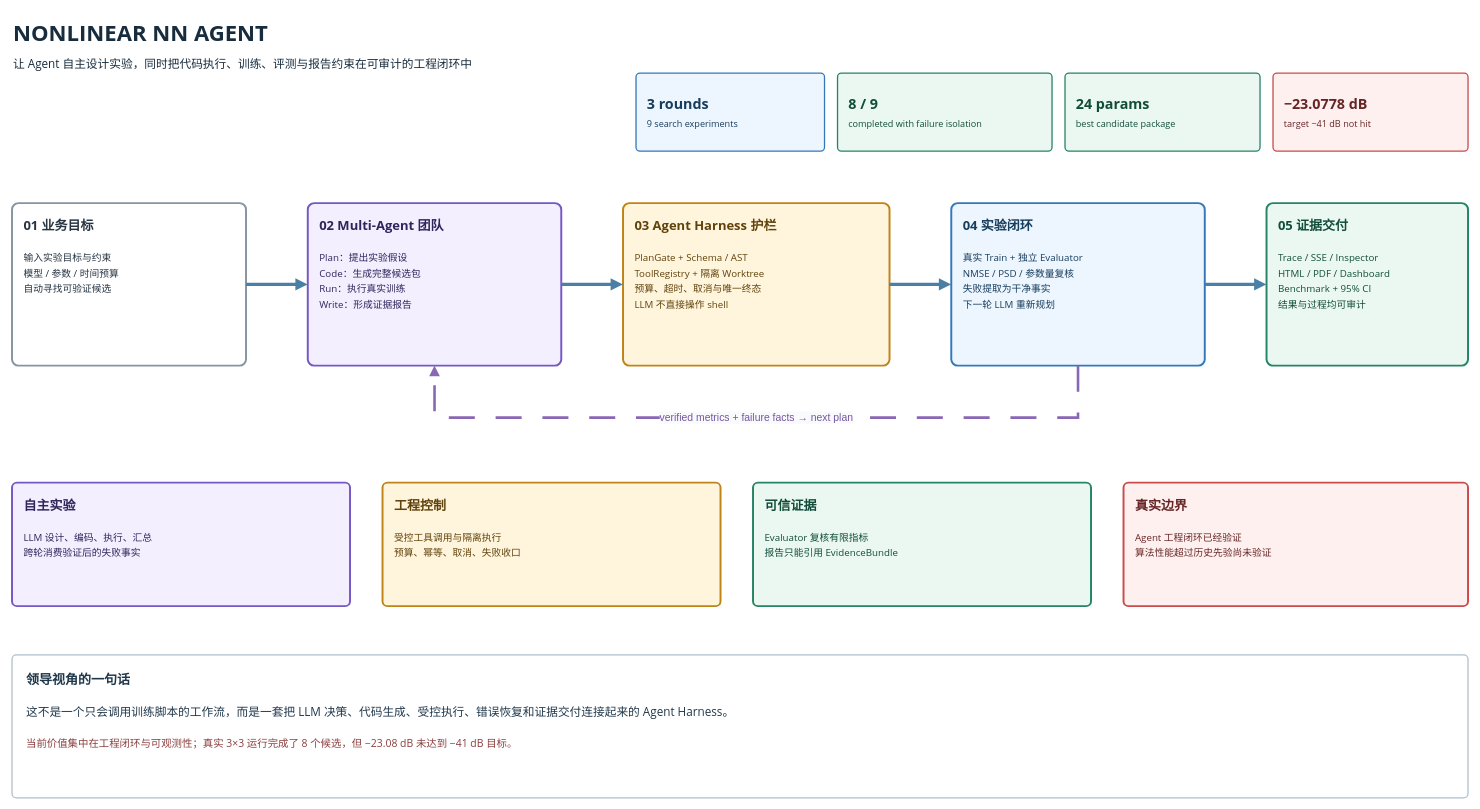
This is docs/assets/architecture/nonlinear-agent-executive.drawio from yzy-151/nonlinear-nn-agent, a draw.io file, before an edit. Source tidied: cells renumbered, new cells numbered last; positions are measured from the earlier drawing's top-left corner, leaving out a move shared by most shapes. Both pictures are drawn from the tidied source at 65%, with x=0, y=0 at pixel (12, 11).
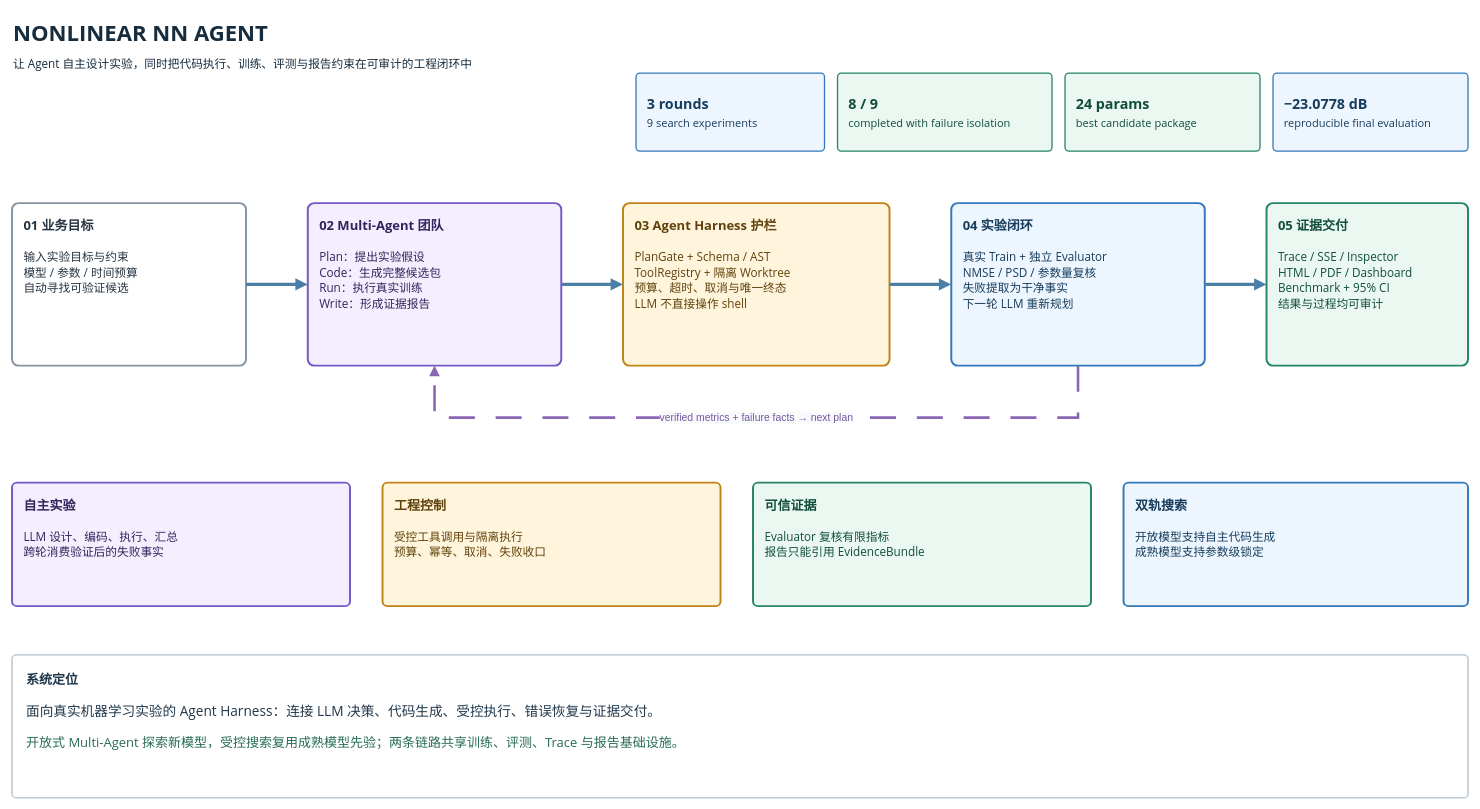
The same page after the edit.

The edit, as a diff of the source:
```diff
@@
-    <mxCell id="3" value="&lt;b&gt;3 rounds&lt;/b&gt;&lt;br&gt;&lt;font style='font-size:14px'&gt;9 search experiments&lt;/font&gt;" style="rounded=1;arcSize=5;whiteSpace=wrap;html=1;fillColor=#EDF6FF;strokeColor=#3478B9;strokeWidth=2;fontColor=#173D5C;fontFamily=Segoe UI;fontSize=22;align=left;spacingLeft=15;" parent="1" vertex="1">
+    <mxCell id="3" value="&lt;b&gt;3 rounds&lt;/b&gt;&lt;br&gt;&lt;font style='font-size:17px'&gt;9 search experiments&lt;/font&gt;" style="rounded=1;arcSize=5;whiteSpace=wrap;html=1;fillColor=#EDF6FF;strokeColor=#3478B9;strokeWidth=2;fontColor=#173D5C;fontFamily=Segoe UI;fontSize=22;align=left;spacingLeft=15;" parent="1" vertex="1">
       <mxGeometry x="960" y="95" width="290" height="120" as="geometry" />
     </mxCell>
-    <mxCell id="4" value="&lt;b&gt;8 / 9&lt;/b&gt;&lt;br&gt;&lt;font style='font-size:14px'&gt;completed with failure isolation&lt;/font&gt;" style="rounded=1;arcSize=5;whiteSpace=wrap;html=1;fillColor=#EAF8F1;strokeColor=#258466;strokeWidth=2;fontColor=#124D3B;fontFamily=Segoe UI;fontSize=22;align=left;spacingLeft=15;" parent="1" vertex="1">
+    <mxCell id="4" value="&lt;b&gt;8 / 9&lt;/b&gt;&lt;br&gt;&lt;font style='font-size:17px'&gt;completed with failure isolation&lt;/font&gt;" style="rounded=1;arcSize=5;whiteSpace=wrap;html=1;fillColor=#EAF8F1;strokeColor=#258466;strokeWidth=2;fontColor=#124D3B;fontFamily=Segoe UI;fontSize=22;align=left;spacingLeft=15;" parent="1" vertex="1">
       <mxGeometry x="1270" y="95" width="330" height="120" as="geometry" />
     </mxCell>
-    <mxCell id="5" value="&lt;b&gt;24 params&lt;/b&gt;&lt;br&gt;&lt;font style='font-size:14px'&gt;best candidate package&lt;/font&gt;" style="rounded=1;arcSize=5;whiteSpace=wrap;html=1;fillColor=#EAF8F1;strokeColor=#258466;strokeWidth=2;fontColor=#124D3B;fontFamily=Segoe UI;fontSize=22;align=left;spacingLeft=15;" parent="1" vertex="1">
+    <mxCell id="5" value="&lt;b&gt;24 params&lt;/b&gt;&lt;br&gt;&lt;font style='font-size:17px'&gt;best candidate package&lt;/font&gt;" style="rounded=1;arcSize=5;whiteSpace=wrap;html=1;fillColor=#EAF8F1;strokeColor=#258466;strokeWidth=2;fontColor=#124D3B;fontFamily=Segoe UI;fontSize=22;align=left;spacingLeft=15;" parent="1" vertex="1">
       <mxGeometry x="1620" y="95" width="300" height="120" as="geometry" />
     </mxCell>
-    <mxCell id="6" value="&lt;b&gt;−23.0778 dB&lt;/b&gt;&lt;br&gt;&lt;font style='font-size:14px'&gt;target −41 dB not hit&lt;/font&gt;" style="rounded=1;arcSize=5;whiteSpace=wrap;html=1;fillColor=#FFF0F0;strokeColor=#C94B4B;strokeWidth=2;fontColor=#672626;fontFamily=Segoe UI;fontSize=22;align=left;spacingLeft=15;" parent="1" vertex="1">
+    <mxCell id="6" value="&lt;b&gt;−23.0778 dB&lt;/b&gt;&lt;br&gt;&lt;font style='font-size:17px'&gt;reproducible final evaluation&lt;/font&gt;" style="rounded=1;arcSize=5;whiteSpace=wrap;html=1;fillColor=#EDF6FF;strokeColor=#3478B9;strokeWidth=2;fontColor=#173D5C;fontFamily=Segoe UI;fontSize=22;align=left;spacingLeft=15;" parent="1" vertex="1">
       <mxGeometry x="1940" y="95" width="300" height="120" as="geometry" />
     </mxCell>
-    <mxCell id="7" value="&lt;b&gt;01 业务目标&lt;/b&gt;&lt;br&gt;&lt;br&gt;&lt;font style='font-size:15px'&gt;输入实验目标与约束&lt;br&gt;模型 / 参数 / 时间预算&lt;br&gt;自动寻找可验证候选&lt;/font&gt;" style="rounded=1;arcSize=4;whiteSpace=wrap;html=1;fillColor=#FFFFFF;strokeColor=#8794A1;strokeWidth=3;fontColor=#263442;fontFamily=Segoe UI;fontSize=20;align=left;verticalAlign=top;spacing=18;" parent="1" vertex="1">
+    <mxCell id="7" value="&lt;b&gt;01 业务目标&lt;/b&gt;&lt;br&gt;&lt;br&gt;&lt;font style='font-size:18px'&gt;输入实验目标与约束&lt;br&gt;模型 / 参数 / 时间预算&lt;br&gt;自动寻找可验证候选&lt;/font&gt;" style="rounded=1;arcSize=4;whiteSpace=wrap;html=1;fillColor=#FFFFFF;strokeColor=#8794A1;strokeWidth=3;fontColor=#263442;fontFamily=Segoe UI;fontSize=20;align=left;verticalAlign=top;spacing=18;" parent="1" vertex="1">
       <mxGeometry y="295" width="360" height="250" as="geometry" />
     </mxCell>
-    <mxCell id="8" value="&lt;b&gt;02 Multi-Agent 团队&lt;/b&gt;&lt;br&gt;&lt;br&gt;&lt;font style='font-size:15px'&gt;Plan：提出实验假设&lt;br&gt;Code：生成完整候选包&lt;br&gt;Run：执行真实训练&lt;br&gt;Write：形成证据报告&lt;/font&gt;" style="rounded=1;arcSize=4;whiteSpace=wrap;html=1;fillColor=#F4EFFF;strokeColor=#7557C5;strokeWidth=3;fontColor=#30245B;fontFamily=Segoe UI;fontSize=20;align=left;verticalAlign=top;spacing=18;" parent="1" vertex="1">
+    <mxCell id="8" value="&lt;b&gt;02 Multi-Agent 团队&lt;/b&gt;&lt;br&gt;&lt;br&gt;&lt;font style='font-size:18px'&gt;Plan：提出实验假设&lt;br&gt;Code：生成完整候选包&lt;br&gt;Run：执行真实训练&lt;br&gt;Write：形成证据报告&lt;/font&gt;" style="rounded=1;arcSize=4;whiteSpace=wrap;html=1;fillColor=#F4EFFF;strokeColor=#7557C5;strokeWidth=3;fontColor=#30245B;fontFamily=Segoe UI;fontSize=20;align=left;verticalAlign=top;spacing=18;" parent="1" vertex="1">
       <mxGeometry x="455" y="295" width="390" height="250" as="geometry" />
     </mxCell>
-    <mxCell id="9" value="&lt;b&gt;03 Agent Harness 护栏&lt;/b&gt;&lt;br&gt;&lt;br&gt;&lt;font style='font-size:15px'&gt;PlanGate + Schema / AST&lt;br&gt;ToolRegistry + 隔离 Worktree&lt;br&gt;预算、超时、取消与唯一终态&lt;br&gt;LLM 不直接操作 shell&lt;/font&gt;" style="rounded=1;arcSize=4;whiteSpace=wrap;html=1;fillColor=#FFF5DC;strokeColor=#C28316;strokeWidth=3;fontColor=#60420C;fontFamily=Segoe UI;fontSize=20;align=left;verticalAlign=top;spacing=18;" parent="1" vertex="1">
+    <mxCell id="9" value="&lt;b&gt;03 Agent Harness 护栏&lt;/b&gt;&lt;br&gt;&lt;br&gt;&lt;font style='font-size:18px'&gt;PlanGate + Schema / AST&lt;br&gt;ToolRegistry + 隔离 Worktree&lt;br&gt;预算、超时、取消与唯一终态&lt;br&gt;LLM 不直接操作 shell&lt;/font&gt;" style="rounded=1;arcSize=4;whiteSpace=wrap;html=1;fillColor=#FFF5DC;strokeColor=#C28316;strokeWidth=3;fontColor=#60420C;fontFamily=Segoe UI;fontSize=20;align=left;verticalAlign=top;spacing=18;" parent="1" vertex="1">
       <mxGeometry x="940" y="295" width="410" height="250" as="geometry" />
     </mxCell>
-    <mxCell id="10" value="&lt;b&gt;04 实验闭环&lt;/b&gt;&lt;br&gt;&lt;br&gt;&lt;font style='font-size:15px'&gt;真实 Train + 独立 Evaluator&lt;br&gt;NMSE / PSD / 参数量复核&lt;br&gt;失败提取为干净事实&lt;br&gt;下一轮 LLM 重新规划&lt;/font&gt;" style="rounded=1;arcSize=4;whiteSpace=wrap;html=1;fillColor=#EDF6FF;strokeColor=#3478B9;strokeWidth=3;fontColor=#173D5C;fontFamily=Segoe UI;fontSize=20;align=left;verticalAlign=top;spacing=18;" parent="1" vertex="1">
+    <mxCell id="10" value="&lt;b&gt;04 实验闭环&lt;/b&gt;&lt;br&gt;&lt;br&gt;&lt;font style='font-size:18px'&gt;真实 Train + 独立 Evaluator&lt;br&gt;NMSE / PSD / 参数量复核&lt;br&gt;失败提取为干净事实&lt;br&gt;下一轮 LLM 重新规划&lt;/font&gt;" style="rounded=1;arcSize=4;whiteSpace=wrap;html=1;fillColor=#EDF6FF;strokeColor=#3478B9;strokeWidth=3;fontColor=#173D5C;fontFamily=Segoe UI;fontSize=20;align=left;verticalAlign=top;spacing=18;" parent="1" vertex="1">
       <mxGeometry x="1445" y="295" width="390" height="250" as="geometry" />
     </mxCell>
-    <mxCell id="11" value="&lt;b&gt;05 证据交付&lt;/b&gt;&lt;br&gt;&lt;br&gt;&lt;font style='font-size:15px'&gt;Trace / SSE / Inspector&lt;br&gt;HTML / PDF / Dashboard&lt;br&gt;Benchmark + 95% CI&lt;br&gt;结果与过程均可审计&lt;/font&gt;" style="rounded=1;arcSize=4;whiteSpace=wrap;html=1;fillColor=#EAF8F1;strokeColor=#258466;strokeWidth=3;fontColor=#124D3B;fontFamily=Segoe UI;fontSize=20;align=left;verticalAlign=top;spacing=18;" parent="1" vertex="1">
+    <mxCell id="11" value="&lt;b&gt;05 证据交付&lt;/b&gt;&lt;br&gt;&lt;br&gt;&lt;font style='font-size:18px'&gt;Trace / SSE / Inspector&lt;br&gt;HTML / PDF / Dashboard&lt;br&gt;Benchmark + 95% CI&lt;br&gt;结果与过程均可审计&lt;/font&gt;" style="rounded=1;arcSize=4;whiteSpace=wrap;html=1;fillColor=#EAF8F1;strokeColor=#258466;strokeWidth=3;fontColor=#124D3B;fontFamily=Segoe UI;fontSize=20;align=left;verticalAlign=top;spacing=18;" parent="1" vertex="1">
       <mxGeometry x="1930" y="295" width="310" height="250" as="geometry" />
     </mxCell>
-    <mxCell id="12" value="&lt;b&gt;自主实验&lt;/b&gt;&lt;br&gt;&lt;br&gt;&lt;font style='font-size:15px'&gt;LLM 设计、编码、执行、汇总&lt;br&gt;跨轮消费验证后的失败事实&lt;/font&gt;" style="rounded=1;arcSize=4;whiteSpace=wrap;html=1;fillColor=#F4EFFF;strokeColor=#7557C5;strokeWidth=3;fontColor=#30245B;fontFamily=Segoe UI;fontSize=20;align=left;verticalAlign=top;spacing=18;" parent="1" vertex="1">
+    <mxCell id="12" value="&lt;b&gt;自主实验&lt;/b&gt;&lt;br&gt;&lt;br&gt;&lt;font style='font-size:18px'&gt;LLM 设计、编码、执行、汇总&lt;br&gt;跨轮消费验证后的失败事实&lt;/font&gt;" style="rounded=1;arcSize=4;whiteSpace=wrap;html=1;fillColor=#F4EFFF;strokeColor=#7557C5;strokeWidth=3;fontColor=#30245B;fontFamily=Segoe UI;fontSize=20;align=left;verticalAlign=top;spacing=18;" parent="1" vertex="1">
       <mxGeometry y="725" width="520" height="190" as="geometry" />
     </mxCell>
-    <mxCell id="13" value="&lt;b&gt;工程控制&lt;/b&gt;&lt;br&gt;&lt;br&gt;&lt;font style='font-size:15px'&gt;受控工具调用与隔离执行&lt;br&gt;预算、幂等、取消、失败收口&lt;/font&gt;" style="rounded=1;arcSize=4;whiteSpace=wrap;html=1;fillColor=#FFF5DC;strokeColor=#C28316;strokeWidth=3;fontColor=#60420C;fontFamily=Segoe UI;fontSize=20;align=left;verticalAlign=top;spacing=18;" parent="1" vertex="1">
+    <mxCell id="13" value="&lt;b&gt;工程控制&lt;/b&gt;&lt;br&gt;&lt;br&gt;&lt;font style='font-size:18px'&gt;受控工具调用与隔离执行&lt;br&gt;预算、幂等、取消、失败收口&lt;/font&gt;" style="rounded=1;arcSize=4;whiteSpace=wrap;html=1;fillColor=#FFF5DC;strokeColor=#C28316;strokeWidth=3;fontColor=#60420C;fontFamily=Segoe UI;fontSize=20;align=left;verticalAlign=top;spacing=18;" parent="1" vertex="1">
       <mxGeometry x="570" y="725" width="520" height="190" as="geometry" />
     </mxCell>
-    <mxCell id="14" value="&lt;b&gt;可信证据&lt;/b&gt;&lt;br&gt;&lt;br&gt;&lt;font style='font-size:15px'&gt;Evaluator 复核有限指标&lt;br&gt;报告只能引用 EvidenceBundle&lt;/font&gt;" style="rounded=1;arcSize=4;whiteSpace=wrap;html=1;fillColor=#EAF8F1;strokeColor=#258466;strokeWidth=3;fontColor=#124D3B;fontFamily=Segoe UI;fontSize=20;align=left;verticalAlign=top;spacing=18;" parent="1" vertex="1">
+    <mxCell id="14" value="&lt;b&gt;可信证据&lt;/b&gt;&lt;br&gt;&lt;br&gt;&lt;font style='font-size:18px'&gt;Evaluator 复核有限指标&lt;br&gt;报告只能引用 EvidenceBundle&lt;/font&gt;" style="rounded=1;arcSize=4;whiteSpace=wrap;html=1;fillColor=#EAF8F1;strokeColor=#258466;strokeWidth=3;fontColor=#124D3B;fontFamily=Segoe UI;fontSize=20;align=left;verticalAlign=top;spacing=18;" parent="1" vertex="1">
       <mxGeometry x="1140" y="725" width="520" height="190" as="geometry" />
     </mxCell>
-    <mxCell id="15" value="&lt;b&gt;真实边界&lt;/b&gt;&lt;br&gt;&lt;br&gt;&lt;font style='font-size:15px'&gt;Agent 工程闭环已经验证&lt;br&gt;算法性能超过历史先验尚未验证&lt;/font&gt;" style="rounded=1;arcSize=4;whiteSpace=wrap;html=1;fillColor=#FFF0F0;strokeColor=#C94B4B;strokeWidth=3;fontColor=#672626;fontFamily=Segoe UI;fontSize=20;align=left;verticalAlign=top;spacing=18;" parent="1" vertex="1">
+    <mxCell id="15" value="&lt;b&gt;双轨搜索&lt;/b&gt;&lt;br&gt;&lt;br&gt;&lt;font style='font-size:18px'&gt;开放模型支持自主代码生成&lt;br&gt;成熟模型支持参数级锁定&lt;/font&gt;" style="rounded=1;arcSize=4;whiteSpace=wrap;html=1;fillColor=#EDF6FF;strokeColor=#3478B9;strokeWidth=3;fontColor=#173D5C;fontFamily=Segoe UI;fontSize=20;align=left;verticalAlign=top;spacing=18;" parent="1" vertex="1">
       <mxGeometry x="1710" y="725" width="530" height="190" as="geometry" />
     </mxCell>
@@
-    <mxCell id="21" value="&lt;b&gt;领导视角的一句话&lt;/b&gt;&lt;br&gt;&lt;br&gt;&lt;font style='font-size:18px'&gt;这不是一个只会调用训练脚本的工作流，而是一套把 LLM 决策、代码生成、受控执行、错误恢复和证据交付连接起来的 Agent Harness。&lt;/font&gt;&lt;br&gt;&lt;br&gt;&lt;font color='#8B3E3E' style='font-size:16px'&gt;当前价值集中在工程闭环与可观测性；真实 3×3 运行完成了 8 个候选，但 −23.08 dB 未达到 −41 dB 目标。&lt;/font&gt;" style="rounded=1;arcSize=3;whiteSpace=wrap;html=1;fillColor=#FFFFFF;strokeColor=#AFC0CD;strokeWidth=2;fontColor=#20384B;fontFamily=Segoe UI;fontSize=20;align=left;verticalAlign=top;spacing=22;" parent="1" vertex="1">
+    <mxCell id="21" value="&lt;b&gt;系统定位&lt;/b&gt;&lt;br&gt;&lt;br&gt;&lt;font style='font-size:21px'&gt;面向真实机器学习实验的 Agent Harness：连接 LLM 决策、代码生成、受控执行、错误恢复与证据交付。&lt;/font&gt;&lt;br&gt;&lt;br&gt;&lt;font color='#286B57' style='font-size:20px'&gt;开放式 Multi-Agent 探索新模型，受控搜索复用成熟模型先验；两条链路共享训练、评测、Trace 与报告基础设施。&lt;/font&gt;" style="rounded=1;arcSize=3;whiteSpace=wrap;html=1;fillColor=#FFFFFF;strokeColor=#AFC0CD;strokeWidth=2;fontColor=#20384B;fontFamily=Segoe UI;fontSize=20;align=left;verticalAlign=top;spacing=22;" parent="1" vertex="1">
       <mxGeometry y="990" width="2240" height="220" as="geometry" />
     </mxCell>
```
